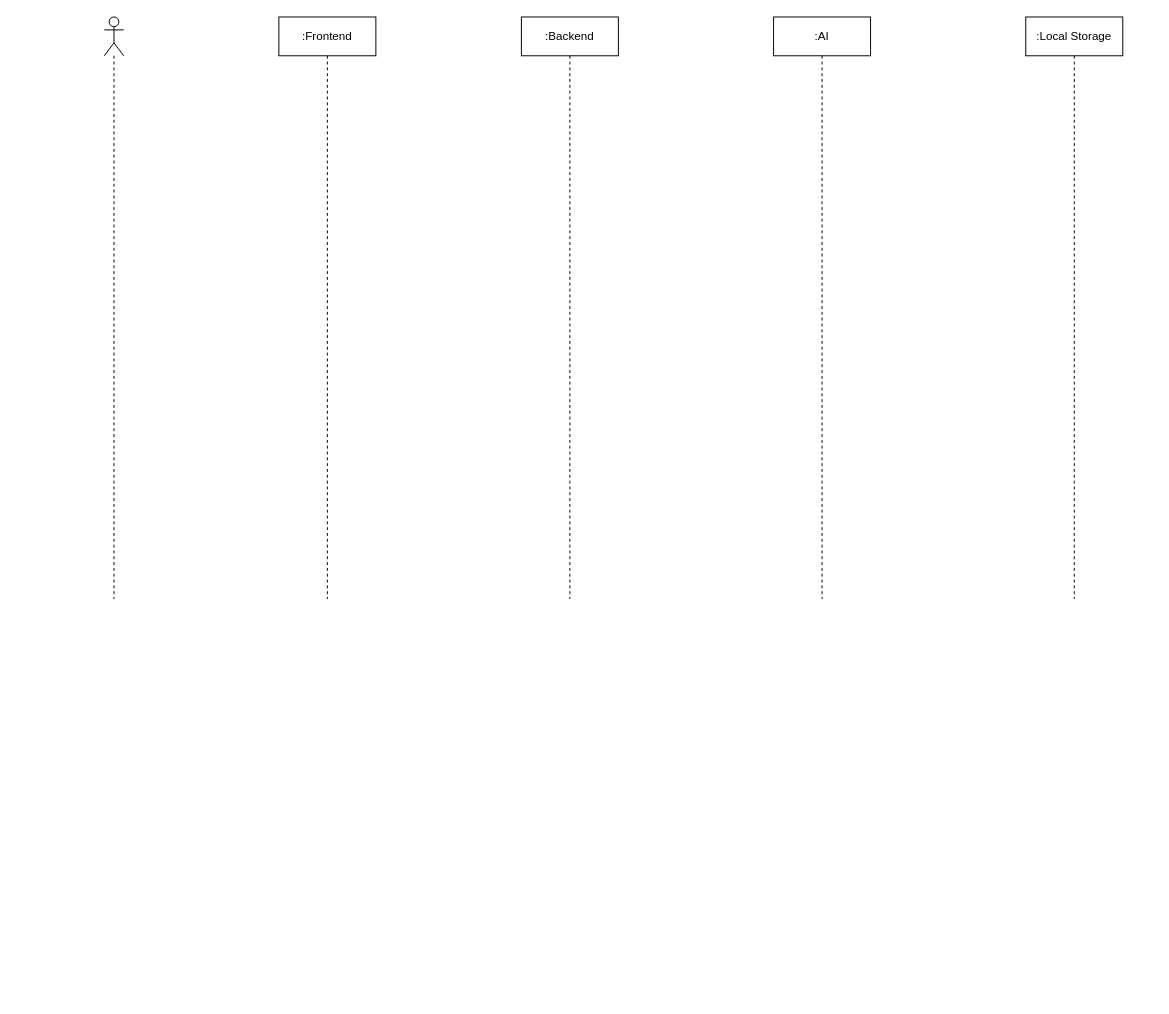
Earlier version of the draw.io diagram page "Sequence" (4 of 4) of Diagrams_AI.drawio (TMChi3n/nestjs-nextjs-check-grammar). Source tidied: cells renumbered, new cells numbered last; positions are measured from the earlier drawing's top-left corner, leaving out a move shared by most shapes. Both pictures are drawn from the tidied source at 97%, with x=0, y=0 at pixel (104, 16).
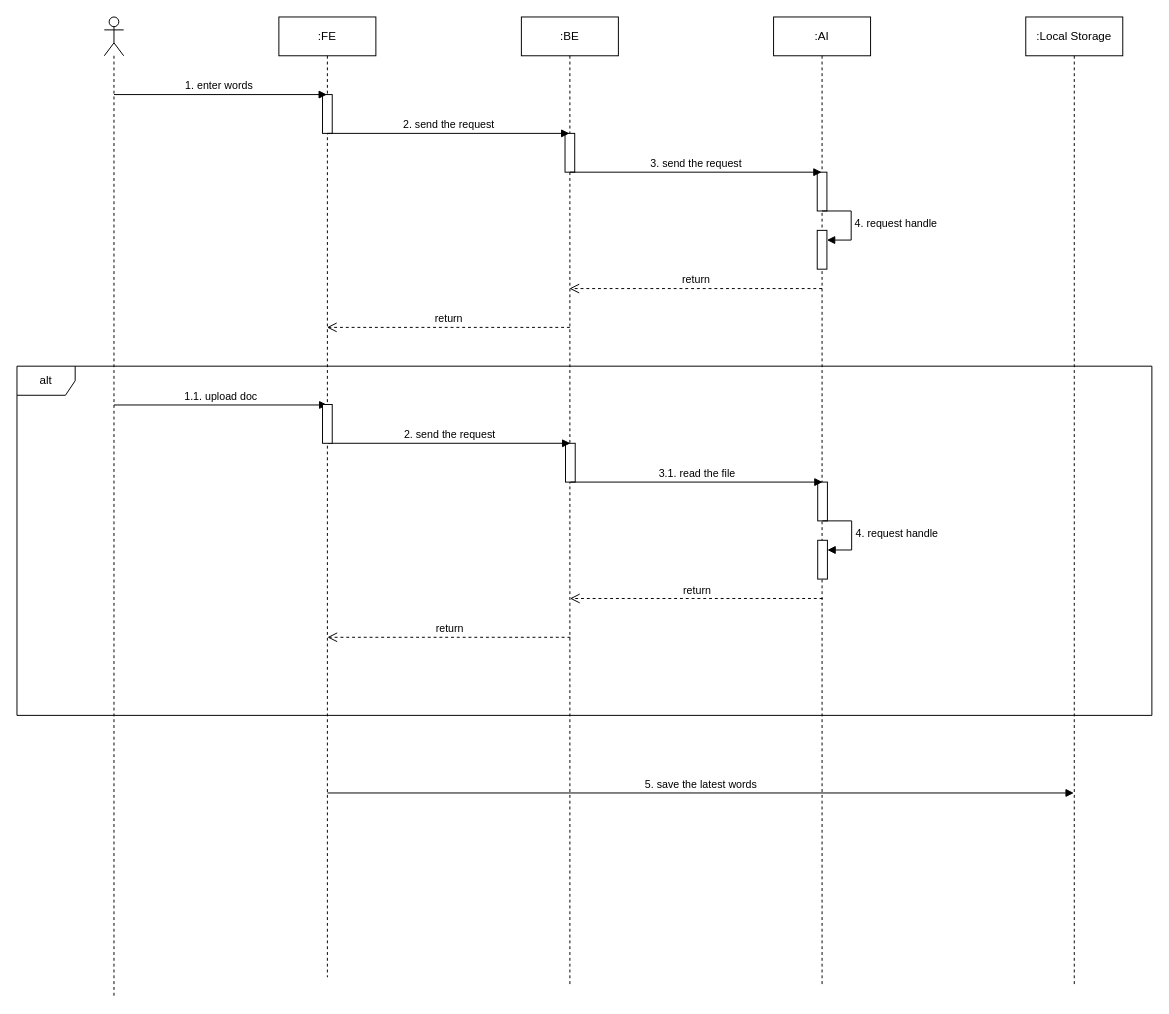
After the change.

Commit message:
Completed Diagrams

What changed in the source:
```diff
@@
-    <mxCell id="2" value=":Frontend" style="shape=umlLifeline;perimeter=lifelinePerimeter;whiteSpace=wrap;html=1;outlineConnect=0;portConstraint=eastwest;newEdgeStyle={&quot;curved&quot;:0,&quot;rounded&quot;:0};" parent="1" vertex="1">
-      <mxGeometry x="180" width="100" height="600" as="geometry" />
+    <mxCell id="2" value=":FE" style="shape=umlLifeline;perimeter=lifelinePerimeter;whiteSpace=wrap;html=1;outlineConnect=0;portConstraint=eastwest;newEdgeStyle={&quot;curved&quot;:0,&quot;rounded&quot;:0};" parent="1" vertex="1">
+      <mxGeometry x="180" width="100" height="990" as="geometry" />
     </mxCell>
+    <mxCell id="7" style="html=1;perimeter=orthogonalPerimeter;targetShapes=umlLifeline;newEdgeStyle={&quot;curved&quot;:0,&quot;rounded&quot;:0};" parent="2" vertex="1">
+      <mxGeometry x="45" y="80" width="10" height="40" as="geometry" />
+    </mxCell>
-    <mxCell id="3" value=":Backend" style="shape=umlLifeline;perimeter=lifelinePerimeter;whiteSpace=wrap;html=1;outlineConnect=0;portConstraint=eastwest;newEdgeStyle={&quot;curved&quot;:0,&quot;rounded&quot;:0};" parent="1" vertex="1">
-      <mxGeometry x="430" width="100" height="600" as="geometry" />
+    <mxCell id="3" value=":BE" style="shape=umlLifeline;perimeter=lifelinePerimeter;whiteSpace=wrap;html=1;outlineConnect=0;portConstraint=eastwest;newEdgeStyle={&quot;curved&quot;:0,&quot;rounded&quot;:0};" parent="1" vertex="1">
+      <mxGeometry x="430" width="100" height="1000" as="geometry" />
     </mxCell>
+    <mxCell id="8" style="html=1;perimeter=orthogonalPerimeter;targetShapes=umlLifeline;newEdgeStyle={&quot;curved&quot;:0,&quot;rounded&quot;:0};" parent="3" vertex="1">
+      <mxGeometry x="45" y="120" width="10" height="40" as="geometry" />
+    </mxCell>
     <mxCell id="4" value=":AI" style="shape=umlLifeline;perimeter=lifelinePerimeter;whiteSpace=wrap;html=1;outlineConnect=0;portConstraint=eastwest;newEdgeStyle={&quot;curved&quot;:0,&quot;rounded&quot;:0};" parent="1" vertex="1">
-      <mxGeometry x="690" width="100" height="600" as="geometry" />
+      <mxGeometry x="690" width="100" height="1000" as="geometry" />
     </mxCell>
+    <mxCell id="9" style="html=1;perimeter=orthogonalPerimeter;targetShapes=umlLifeline;newEdgeStyle={&quot;curved&quot;:0,&quot;rounded&quot;:0};" parent="4" vertex="1">
+      <mxGeometry x="45" y="160" width="10" height="40" as="geometry" />
+    </mxCell>
+    <mxCell id="10" style="html=1;points=[[0,0,0,0,5],[0,1,0,0,-5],[1,0,0,0,5],[1,1,0,0,-5]];perimeter=orthogonalPerimeter;outlineConnect=0;targetShapes=umlLifeline;portConstraint=eastwest;newEdgeStyle={&quot;curved&quot;:0,&quot;rounded&quot;:0};" parent="4" vertex="1">
+      <mxGeometry x="45" y="220" width="10" height="40" as="geometry" />
+    </mxCell>
+    <mxCell id="11" value="4. request handle" style="html=1;align=left;spacingLeft=2;endArrow=block;rounded=0;edgeStyle=orthogonalEdgeStyle;curved=0;rounded=0;" parent="4" edge="1" target="10">
+      <mxGeometry relative="1" as="geometry">
+        <mxPoint x="50" y="200" as="sourcePoint" />
+        <Array as="points">
+          <mxPoint x="80" y="230" />
+        </Array>
+      </mxGeometry>
+    </mxCell>
     <mxCell id="5" value=":Local Storage" style="shape=umlLifeline;perimeter=lifelinePerimeter;whiteSpace=wrap;html=1;newEdgeStyle={&quot;curved&quot;:0,&quot;rounded&quot;:0};" parent="1" vertex="1">
-      <mxGeometry x="950" width="100" height="600" as="geometry" />
+      <mxGeometry x="950" width="100" height="1000" as="geometry" />
     </mxCell>
     <mxCell id="6" style="shape=umlLifeline;perimeter=lifelinePerimeter;whiteSpace=wrap;html=1;newEdgeStyle={&quot;curved&quot;:0,&quot;rounded&quot;:0};participant=umlActor;" parent="1" vertex="1">
-      <mxGeometry width="20" height="600" as="geometry" />
+      <mxGeometry width="20" height="1010" as="geometry" />
     </mxCell>
+    <mxCell id="12" value="1. enter words&lt;span style=&quot;white-space: pre;&quot;&gt;&#9;&lt;/span&gt;" style="html=1;verticalAlign=bottom;endArrow=block;curved=0;rounded=0;" parent="1" edge="1" target="2">
+      <mxGeometry relative="1" as="geometry">
+        <mxPoint x="10" y="80" as="sourcePoint" />
+      </mxGeometry>
+    </mxCell>
+    <mxCell id="13" value="2. send the request" style="html=1;verticalAlign=bottom;endArrow=block;curved=0;rounded=0;" parent="1" edge="1" target="3">
+      <mxGeometry relative="1" as="geometry">
+        <mxPoint x="230" y="120" as="sourcePoint" />
+      </mxGeometry>
+    </mxCell>
+    <mxCell id="14" value="3. send the request" style="html=1;verticalAlign=bottom;endArrow=block;curved=0;rounded=0;" parent="1" edge="1" target="4">
+      <mxGeometry relative="1" as="geometry">
+        <mxPoint x="480" y="160" as="sourcePoint" />
+      </mxGeometry>
+    </mxCell>
+    <mxCell id="15" value="5. save the latest words" style="html=1;verticalAlign=bottom;endArrow=block;curved=0;rounded=0;" parent="1" edge="1">
+      <mxGeometry relative="1" as="geometry">
+        <mxPoint x="230" y="800" as="sourcePoint" />
+        <mxPoint x="999.5" y="800" as="targetPoint" />
+      </mxGeometry>
+    </mxCell>
+    <mxCell id="16" value="return" style="html=1;verticalAlign=bottom;endArrow=open;dashed=1;endSize=8;curved=0;rounded=0;" parent="1" edge="1">
+      <mxGeometry relative="1" as="geometry">
+        <mxPoint x="740" y="280" as="sourcePoint" />
+        <mxPoint x="479.5" y="280" as="targetPoint" />
+      </mxGeometry>
+    </mxCell>
+    <mxCell id="17" value="return" style="html=1;verticalAlign=bottom;endArrow=open;dashed=1;endSize=8;curved=0;rounded=0;" parent="1" edge="1">
+      <mxGeometry relative="1" as="geometry">
+        <mxPoint x="480" y="320" as="sourcePoint" />
+        <mxPoint x="229.5" y="320" as="targetPoint" />
+      </mxGeometry>
+    </mxCell>
+    <mxCell id="18" value="alt" style="shape=umlFrame;whiteSpace=wrap;html=1;" parent="1" vertex="1">
+      <mxGeometry x="-90" y="360" width="1170" height="360" as="geometry" />
+    </mxCell>
+    <mxCell id="19" value="1.1. upload doc" style="html=1;verticalAlign=bottom;endArrow=block;curved=0;rounded=0;" parent="1" edge="1">
+      <mxGeometry relative="1" as="geometry">
+        <mxPoint x="10" y="400" as="sourcePoint" />
+        <mxPoint x="230" y="400" as="targetPoint" />
+      </mxGeometry>
+    </mxCell>
+    <mxCell id="20" style="html=1;perimeter=orthogonalPerimeter;targetShapes=umlLifeline;newEdgeStyle={&quot;curved&quot;:0,&quot;rounded&quot;:0};" parent="1" vertex="1">
+      <mxGeometry x="475.5" y="439.5" width="10" height="40" as="geometry" />
+    </mxCell>
+    <mxCell id="21" style="html=1;perimeter=orthogonalPerimeter;targetShapes=umlLifeline;newEdgeStyle={&quot;curved&quot;:0,&quot;rounded&quot;:0};" parent="1" vertex="1">
+      <mxGeometry x="735.5" y="479.5" width="10" height="40" as="geometry" />
+    </mxCell>
+    <mxCell id="22" style="html=1;points=[[0,0,0,0,5],[0,1,0,0,-5],[1,0,0,0,5],[1,1,0,0,-5]];perimeter=orthogonalPerimeter;outlineConnect=0;targetShapes=umlLifeline;portConstraint=eastwest;newEdgeStyle={&quot;curved&quot;:0,&quot;rounded&quot;:0};" parent="1" vertex="1">
+      <mxGeometry x="735.5" y="539.5" width="10" height="40" as="geometry" />
+    </mxCell>
+    <mxCell id="23" value="4. request handle" style="html=1;align=left;spacingLeft=2;endArrow=block;rounded=0;edgeStyle=orthogonalEdgeStyle;curved=0;rounded=0;" parent="1" edge="1" target="22">
+      <mxGeometry relative="1" as="geometry">
+        <mxPoint x="740.5" y="519.5" as="sourcePoint" />
+        <Array as="points">
+          <mxPoint x="770.5" y="549.5" />
+        </Array>
+      </mxGeometry>
+    </mxCell>
+    <mxCell id="24" value="2. send the request" style="html=1;verticalAlign=bottom;endArrow=block;curved=0;rounded=0;" parent="1" edge="1">
+      <mxGeometry relative="1" as="geometry">
+        <mxPoint x="230.5" y="439.5" as="sourcePoint" />
+        <mxPoint x="480.5" y="439.5" as="targetPoint" />
+      </mxGeometry>
+    </mxCell>
+    <mxCell id="25" value="3.1. read the file" style="html=1;verticalAlign=bottom;endArrow=block;curved=0;rounded=0;" parent="1" edge="1">
+      <mxGeometry relative="1" as="geometry">
+        <mxPoint x="480.5" y="479.5" as="sourcePoint" />
+        <mxPoint x="740.5" y="479.5" as="targetPoint" />
+      </mxGeometry>
+    </mxCell>
+    <mxCell id="26" value="return" style="html=1;verticalAlign=bottom;endArrow=open;dashed=1;endSize=8;curved=0;rounded=0;" parent="1" edge="1">
+      <mxGeometry relative="1" as="geometry">
+        <mxPoint x="740.5" y="599.5" as="sourcePoint" />
+        <mxPoint x="480" y="599.5" as="targetPoint" />
+      </mxGeometry>
+    </mxCell>
+    <mxCell id="27" value="return" style="html=1;verticalAlign=bottom;endArrow=open;dashed=1;endSize=8;curved=0;rounded=0;" parent="1" edge="1">
+      <mxGeometry relative="1" as="geometry">
+        <mxPoint x="480.5" y="639.5" as="sourcePoint" />
+        <mxPoint x="230" y="639.5" as="targetPoint" />
+      </mxGeometry>
+    </mxCell>
+    <mxCell id="28" style="html=1;perimeter=orthogonalPerimeter;targetShapes=umlLifeline;newEdgeStyle={&quot;curved&quot;:0,&quot;rounded&quot;:0};" parent="1" vertex="1">
+      <mxGeometry x="225" y="399.5" width="10" height="40" as="geometry" />
+    </mxCell>
```
